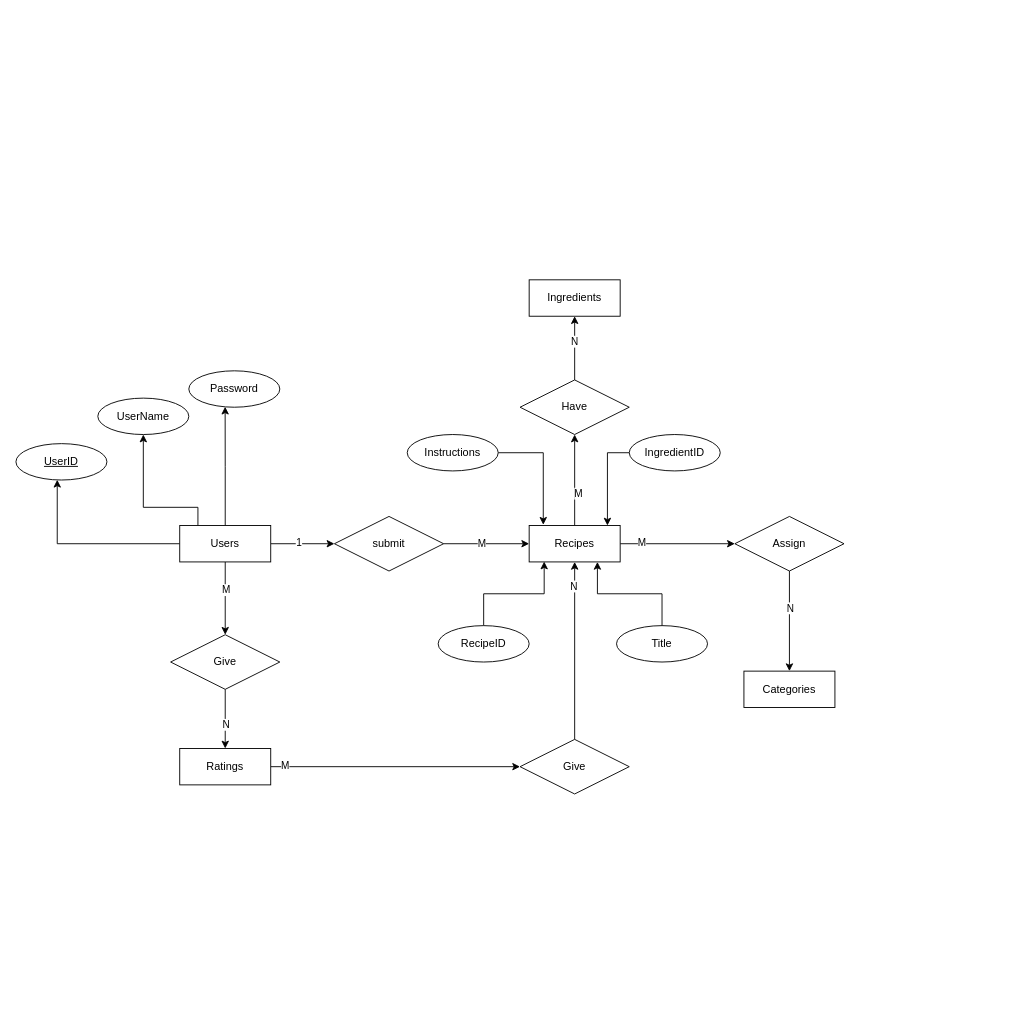
This is Recipe ER.drawio from ziard47/Diagram, a draw.io file, before an edit. Source tidied: cells renumbered, new cells numbered last; positions are measured from the earlier drawing's top-left corner, leaving out a move shared by most shapes. Both pictures are drawn from the tidied source at 91%, with x=0, y=0 at pixel (15, 279).
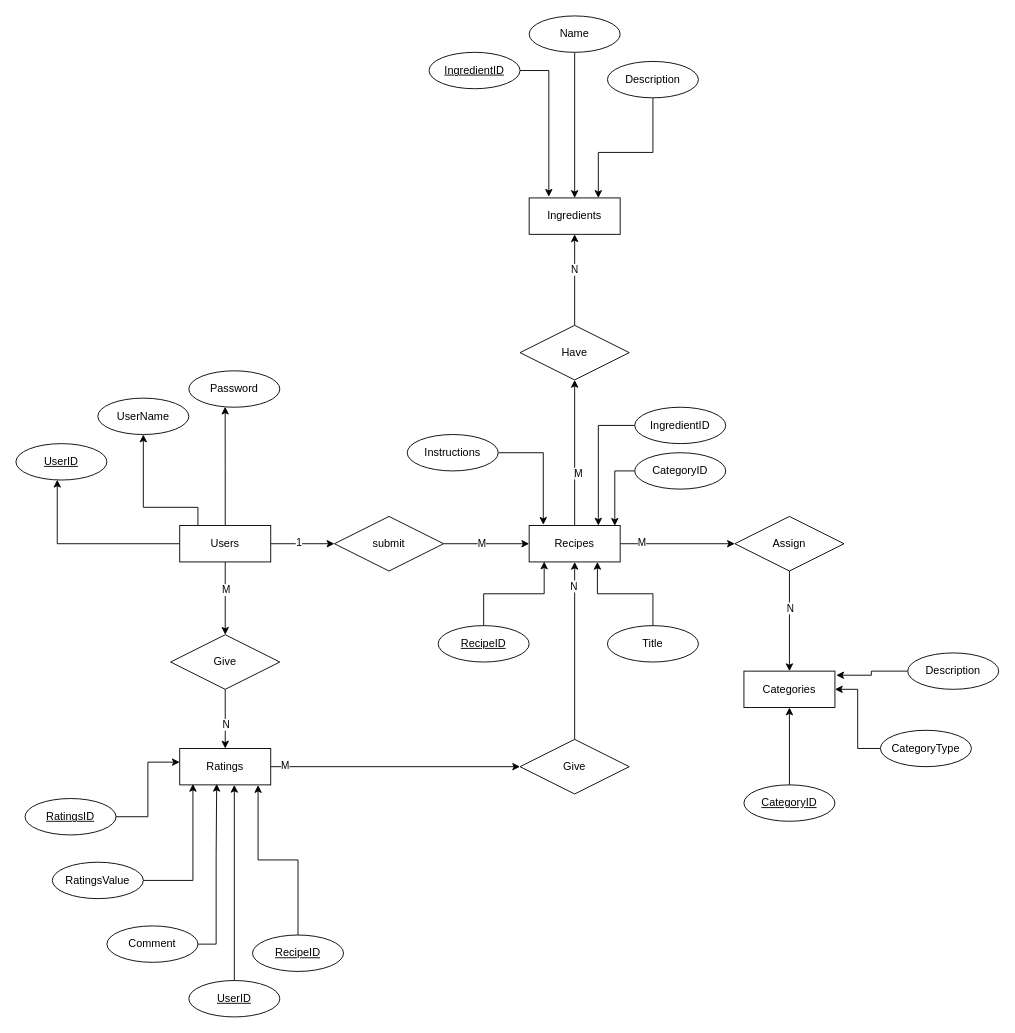
After the change.

Unchanged cells that the change refers to:
```xml
<mxCell id="14" value="Recipes " style="whiteSpace=wrap;html=1;align=center;" parent="1" vertex="1">
  <mxGeometry x="564" y="270" width="100" height="40" as="geometry" />
</mxCell>
<mxCell id="15" value="Categories" style="whiteSpace=wrap;html=1;align=center;" parent="1" vertex="1">
  <mxGeometry x="800" y="430" width="100" height="40" as="geometry" />
</mxCell>
<mxCell id="19" value="Ratings" style="whiteSpace=wrap;html=1;align=center;" parent="1" vertex="1">
  <mxGeometry x="180" y="515" width="100" height="40" as="geometry" />
</mxCell>
```

What changed in the source:
```diff
@@
     <mxCell id="16" value="Ingredients" style="whiteSpace=wrap;html=1;align=center;" parent="1" vertex="1">
-      <mxGeometry x="564" width="100" height="40" as="geometry" />
+      <mxGeometry x="564" y="-90" width="100" height="40" as="geometry" />
     </mxCell>
@@
     <mxCell id="29" value="Have" style="shape=rhombus;perimeter=rhombusPerimeter;whiteSpace=wrap;html=1;align=center;" parent="1" vertex="1">
-      <mxGeometry x="554" y="110" width="120" height="60" as="geometry" />
+      <mxGeometry x="554" y="50" width="120" height="60" as="geometry" />
     </mxCell>
@@
-    <mxCell id="39" value="RecipeID" style="ellipse;whiteSpace=wrap;html=1;align=center;" parent="1" vertex="1">
+    <mxCell id="39" value="RecipeID" style="ellipse;whiteSpace=wrap;html=1;align=center;fontStyle=4;" parent="1" vertex="1">
       <mxGeometry x="464" y="380" width="100" height="40" as="geometry" />
     </mxCell>
@@
     <mxCell id="41" value="Title" style="ellipse;whiteSpace=wrap;html=1;align=center;" parent="1" vertex="1">
-      <mxGeometry x="660" y="380" width="100" height="40" as="geometry" />
+      <mxGeometry x="650" y="380" width="100" height="40" as="geometry" />
     </mxCell>
-    <mxCell id="42" style="edgeStyle=orthogonalEdgeStyle;rounded=0;jettySize=auto;html=1;entryX=0.86;entryY=0;entryDx=0;entryDy=0;entryPerimeter=0;" parent="1" edge="1" source="43" target="14">
-      <mxGeometry relative="1" as="geometry" />
+    <mxCell id="42" style="edgeStyle=orthogonalEdgeStyle;rounded=0;jettySize=auto;html=1;" parent="1" edge="1" source="43">
+      <mxGeometry relative="1" as="geometry">
+        <mxPoint x="640" y="270" as="targetPoint" />
+        <Array as="points">
+          <mxPoint x="640" y="160" />
+          <mxPoint x="640" y="270" />
+        </Array>
+      </mxGeometry>
     </mxCell>
     <mxCell id="43" value="IngredientID" style="ellipse;whiteSpace=wrap;html=1;align=center;" parent="1" vertex="1">
-      <mxGeometry x="674" y="170" width="100" height="40" as="geometry" />
+      <mxGeometry x="680" y="140" width="100" height="40" as="geometry" />
     </mxCell>
@@
+    <mxCell id="46" style="edgeStyle=orthogonalEdgeStyle;rounded=0;jettySize=auto;html=1;entryX=0.941;entryY=0.007;entryDx=0;entryDy=0;entryPerimeter=0;" parent="1" edge="1" source="47" target="14">
+      <mxGeometry relative="1" as="geometry" />
+    </mxCell>
+    <mxCell id="47" value="CategoryID" style="ellipse;whiteSpace=wrap;html=1;align=center;" parent="1" vertex="1">
+      <mxGeometry x="680" y="190" width="100" height="40" as="geometry" />
+    </mxCell>
+    <mxCell id="48" style="edgeStyle=orthogonalEdgeStyle;rounded=0;jettySize=auto;html=1;entryX=0.5;entryY=1;entryDx=0;entryDy=0;" parent="1" edge="1" source="49" target="15">
+      <mxGeometry relative="1" as="geometry" />
+    </mxCell>
+    <mxCell id="49" value="CategoryID" style="ellipse;whiteSpace=wrap;html=1;align=center;fontStyle=4;" parent="1" vertex="1">
+      <mxGeometry x="800" y="555" width="100" height="40" as="geometry" />
+    </mxCell>
+    <mxCell id="50" style="edgeStyle=orthogonalEdgeStyle;rounded=0;jettySize=auto;html=1;entryX=1;entryY=0.5;entryDx=0;entryDy=0;" parent="1" edge="1" source="51" target="15">
+      <mxGeometry relative="1" as="geometry" />
+    </mxCell>
+    <mxCell id="51" value="CategoryType" style="ellipse;whiteSpace=wrap;html=1;align=center;" parent="1" vertex="1">
+      <mxGeometry x="950" y="495" width="100" height="40" as="geometry" />
+    </mxCell>
+    <mxCell id="52" style="edgeStyle=orthogonalEdgeStyle;rounded=0;jettySize=auto;html=1;entryX=0.216;entryY=-0.032;entryDx=0;entryDy=0;entryPerimeter=0;" parent="1" edge="1" source="53" target="16">
+      <mxGeometry relative="1" as="geometry" />
+    </mxCell>
+    <mxCell id="53" value="IngredientID" style="ellipse;whiteSpace=wrap;html=1;align=center;fontStyle=4;" parent="1" vertex="1">
+      <mxGeometry x="454" y="-250" width="100" height="40" as="geometry" />
+    </mxCell>
+    <mxCell id="54" style="edgeStyle=orthogonalEdgeStyle;rounded=0;jettySize=auto;html=1;entryX=0.5;entryY=0;entryDx=0;entryDy=0;" parent="1" edge="1" source="55" target="16">
+      <mxGeometry relative="1" as="geometry" />
+    </mxCell>
+    <mxCell id="55" value="Name" style="ellipse;whiteSpace=wrap;html=1;align=center;fontStyle=0;" parent="1" vertex="1">
+      <mxGeometry x="564" y="-290" width="100" height="40" as="geometry" />
+    </mxCell>
+    <mxCell id="56" style="edgeStyle=orthogonalEdgeStyle;rounded=0;jettySize=auto;html=1;" parent="1" edge="1" source="57">
+      <mxGeometry relative="1" as="geometry">
+        <mxPoint x="640" y="-90" as="targetPoint" />
+        <Array as="points">
+          <mxPoint x="700" y="-140" />
+          <mxPoint x="640" y="-140" />
+          <mxPoint x="640" y="-90" />
+        </Array>
+      </mxGeometry>
+    </mxCell>
+    <mxCell id="57" value="Description" style="ellipse;whiteSpace=wrap;html=1;align=center;fontStyle=0;" parent="1" vertex="1">
+      <mxGeometry x="650" y="-240" width="100" height="40" as="geometry" />
+    </mxCell>
+    <mxCell id="58" style="edgeStyle=orthogonalEdgeStyle;rounded=0;jettySize=auto;html=1;entryX=1.015;entryY=0.112;entryDx=0;entryDy=0;entryPerimeter=0;" parent="1" edge="1" source="59" target="15">
+      <mxGeometry relative="1" as="geometry" />
+    </mxCell>
+    <mxCell id="59" value="Description" style="ellipse;whiteSpace=wrap;html=1;align=center;" parent="1" vertex="1">
+      <mxGeometry x="980" y="410" width="100" height="40" as="geometry" />
+    </mxCell>
+    <mxCell id="60" style="edgeStyle=orthogonalEdgeStyle;rounded=0;jettySize=auto;html=1;entryX=0;entryY=0.375;entryDx=0;entryDy=0;entryPerimeter=0;" parent="1" edge="1" source="61" target="19">
+      <mxGeometry relative="1" as="geometry" />
+    </mxCell>
+    <mxCell id="61" value="RatingsID" style="ellipse;whiteSpace=wrap;html=1;align=center;fontStyle=4;" parent="1" vertex="1">
+      <mxGeometry x="10" y="570" width="100" height="40" as="geometry" />
+    </mxCell>
+    <mxCell id="62" style="edgeStyle=orthogonalEdgeStyle;rounded=0;jettySize=auto;html=1;entryX=0.145;entryY=0.975;entryDx=0;entryDy=0;entryPerimeter=0;" parent="1" edge="1" source="63" target="19">
+      <mxGeometry relative="1" as="geometry" />
+    </mxCell>
+    <mxCell id="63" value="RatingsValue" style="ellipse;whiteSpace=wrap;html=1;align=center;" parent="1" vertex="1">
+      <mxGeometry x="40" y="640" width="100" height="40" as="geometry" />
+    </mxCell>
+    <mxCell id="64" style="edgeStyle=orthogonalEdgeStyle;rounded=0;jettySize=auto;html=1;entryX=0.406;entryY=0.972;entryDx=0;entryDy=0;entryPerimeter=0;" parent="1" edge="1" source="65" target="19">
+      <mxGeometry relative="1" as="geometry">
+        <Array as="points">
+          <mxPoint x="220" y="730" />
+          <mxPoint x="220" y="633" />
+          <mxPoint x="221" y="633" />
+        </Array>
+      </mxGeometry>
+    </mxCell>
+    <mxCell id="65" value="Comment" style="ellipse;whiteSpace=wrap;html=1;align=center;" parent="1" vertex="1">
+      <mxGeometry x="100" y="710" width="100" height="40" as="geometry" />
+    </mxCell>
+    <mxCell id="66" style="edgeStyle=orthogonalEdgeStyle;rounded=0;jettySize=auto;html=1;" parent="1" edge="1" source="67" target="19">
+      <mxGeometry relative="1" as="geometry">
+        <Array as="points">
+          <mxPoint x="240" y="610" />
+          <mxPoint x="240" y="610" />
+        </Array>
+      </mxGeometry>
+    </mxCell>
+    <mxCell id="67" value="UserID" style="ellipse;whiteSpace=wrap;html=1;align=center;fontStyle=4;" parent="1" vertex="1">
+      <mxGeometry x="190" y="770" width="100" height="40" as="geometry" />
+    </mxCell>
+    <mxCell id="68" style="edgeStyle=orthogonalEdgeStyle;rounded=0;jettySize=auto;html=1;entryX=0.861;entryY=1.006;entryDx=0;entryDy=0;entryPerimeter=0;" parent="1" edge="1" source="69" target="19">
+      <mxGeometry relative="1" as="geometry" />
+    </mxCell>
+    <mxCell id="69" value="RecipeID" style="ellipse;whiteSpace=wrap;html=1;align=center;fontStyle=4;" parent="1" vertex="1">
+      <mxGeometry x="260" y="720" width="100" height="40" as="geometry" />
+    </mxCell>
```
